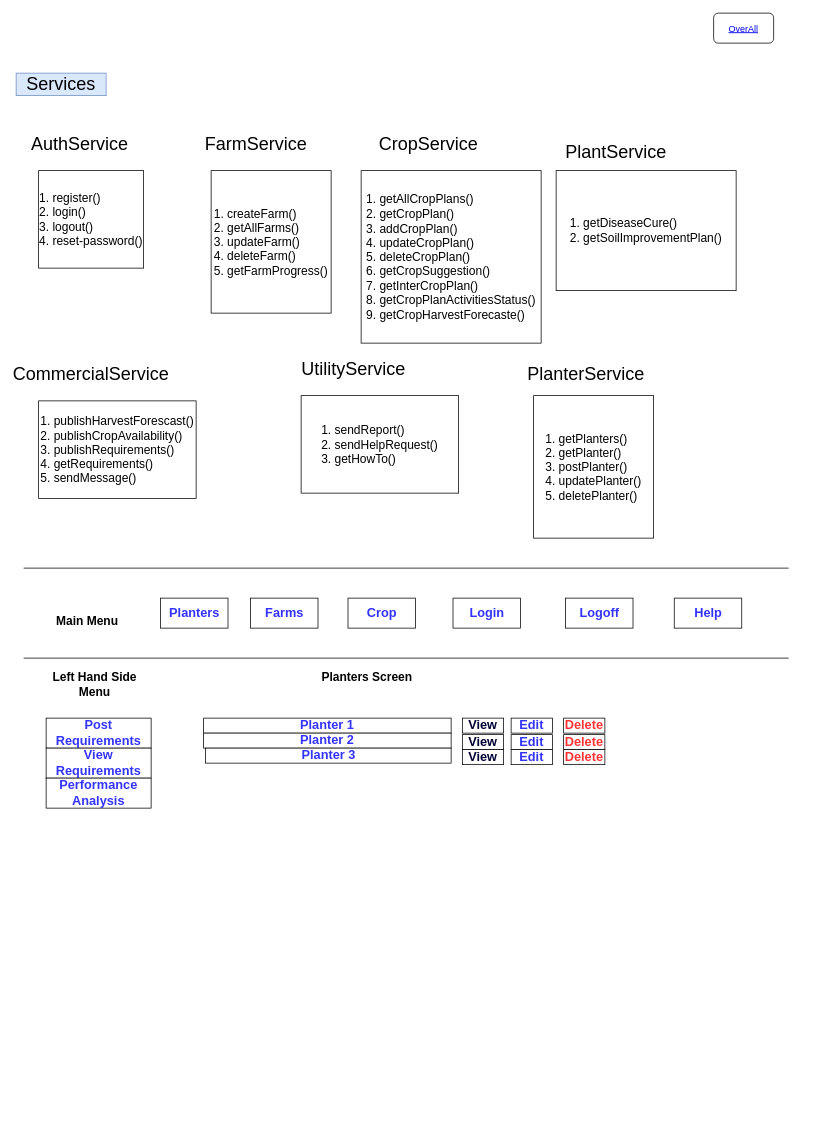
Before: page "FMS-Frontend" (9 of 15) of Agroconnect.drawio in ramprasad2018/agconnect, a draw.io diagram. Source tidied: cells renumbered, new cells numbered last; positions are measured from the earlier drawing's top-left corner, leaving out a move shared by most shapes. Both pictures are drawn from the tidied source at 75%, with x=0, y=0 at pixel (16, 13).
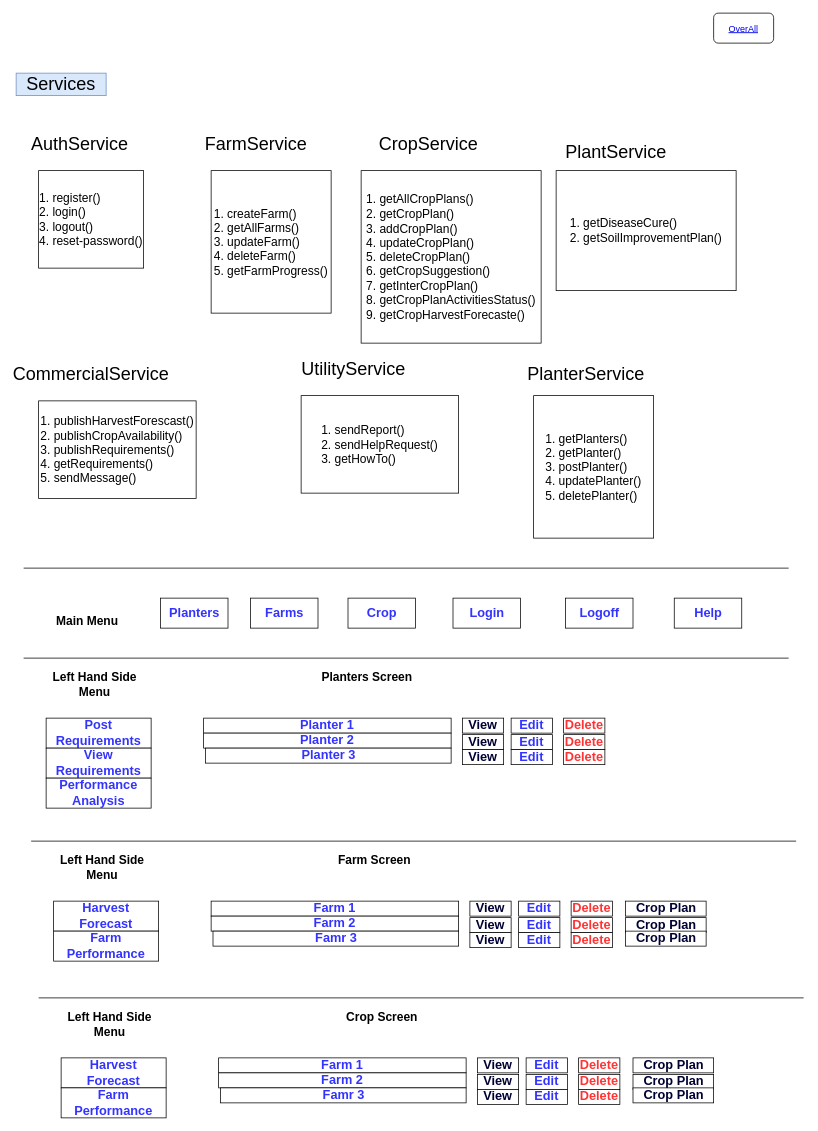
Above is the later version.

What changed in the source:
```diff
@@
+    <mxCell id="44" value="&lt;font style=&quot;font-size: 16px;&quot;&gt;Farm Screen&lt;/font&gt;" style="text;strokeColor=none;align=center;fillColor=none;html=1;verticalAlign=middle;whiteSpace=wrap;rounded=0;fontStyle=1;" parent="1" vertex="1">
+      <mxGeometry x="412.5" y="1114" width="130" height="30" as="geometry" />
+    </mxCell>
+    <mxCell id="45" style="endArrow=none;html=1;rounded=0;" parent="1" edge="1">
+      <mxGeometry relative="1" as="geometry">
+        <mxPoint x="20" y="1104" as="sourcePoint" />
+        <mxPoint x="1040" y="1104" as="targetPoint" />
+      </mxGeometry>
+    </mxCell>
+    <mxCell id="46" value="&lt;font color=&quot;#3333ff&quot;&gt;&lt;span style=&quot;font-size: 17px;&quot;&gt;&lt;b&gt;Harvest &lt;br&gt;Forecast&lt;/b&gt;&lt;/span&gt;&lt;/font&gt;" style="rounded=0;whiteSpace=wrap;html=1;" parent="1" vertex="1">
+      <mxGeometry x="50" y="1184" width="140" height="40" as="geometry" />
+    </mxCell>
+    <mxCell id="47" value="&lt;b&gt;&lt;font color=&quot;#3333ff&quot; style=&quot;font-size: 17px;&quot;&gt;Farm Performance&lt;/font&gt;&lt;/b&gt;" style="rounded=0;whiteSpace=wrap;html=1;" parent="1" vertex="1">
+      <mxGeometry x="50" y="1224" width="140" height="40" as="geometry" />
+    </mxCell>
+    <mxCell id="48" value="&lt;b&gt;&lt;font color=&quot;#3333ff&quot; style=&quot;font-size: 17px;&quot;&gt;Farm 1&lt;/font&gt;&lt;/b&gt;" style="rounded=0;whiteSpace=wrap;html=1;" parent="1" vertex="1">
+      <mxGeometry x="260" y="1184" width="330" height="20" as="geometry" />
+    </mxCell>
+    <mxCell id="49" value="&lt;b&gt;&lt;font color=&quot;#3333ff&quot; style=&quot;font-size: 17px;&quot;&gt;Farm 2&lt;/font&gt;&lt;/b&gt;" style="rounded=0;whiteSpace=wrap;html=1;" parent="1" vertex="1">
+      <mxGeometry x="260" y="1204" width="330" height="20" as="geometry" />
+    </mxCell>
+    <mxCell id="50" value="&lt;b&gt;&lt;font color=&quot;#3333ff&quot; style=&quot;font-size: 17px;&quot;&gt;Famr 3&lt;/font&gt;&lt;/b&gt;" style="rounded=0;whiteSpace=wrap;html=1;" parent="1" vertex="1">
+      <mxGeometry x="262.5" y="1224" width="327.5" height="20" as="geometry" />
+    </mxCell>
+    <mxCell id="51" value="&lt;span style=&quot;font-size: 17px;&quot;&gt;&lt;b style=&quot;&quot;&gt;&lt;font color=&quot;#000033&quot;&gt;View&lt;/font&gt;&lt;/b&gt;&lt;/span&gt;" style="rounded=0;whiteSpace=wrap;html=1;" parent="1" vertex="1">
+      <mxGeometry x="605" y="1184" width="55" height="20" as="geometry" />
+    </mxCell>
+    <mxCell id="52" value="&lt;font color=&quot;#3333ff&quot;&gt;&lt;span style=&quot;font-size: 17px;&quot;&gt;&lt;b&gt;Edit&lt;/b&gt;&lt;/span&gt;&lt;/font&gt;" style="rounded=0;whiteSpace=wrap;html=1;" parent="1" vertex="1">
+      <mxGeometry x="670" y="1184" width="55" height="20" as="geometry" />
+    </mxCell>
+    <mxCell id="53" value="&lt;span style=&quot;font-size: 17px;&quot;&gt;&lt;b style=&quot;&quot;&gt;&lt;font color=&quot;#ff3333&quot;&gt;Delete&lt;/font&gt;&lt;/b&gt;&lt;/span&gt;" style="rounded=0;whiteSpace=wrap;html=1;" parent="1" vertex="1">
+      <mxGeometry x="740" y="1184" width="55" height="20" as="geometry" />
+    </mxCell>
+    <mxCell id="54" value="&lt;span style=&quot;font-size: 17px;&quot;&gt;&lt;b style=&quot;&quot;&gt;&lt;font color=&quot;#000033&quot;&gt;View&lt;/font&gt;&lt;/b&gt;&lt;/span&gt;" style="rounded=0;whiteSpace=wrap;html=1;" parent="1" vertex="1">
+      <mxGeometry x="605" y="1206" width="55" height="20" as="geometry" />
+    </mxCell>
+    <mxCell id="55" value="&lt;font color=&quot;#3333ff&quot;&gt;&lt;span style=&quot;font-size: 17px;&quot;&gt;&lt;b&gt;Edit&lt;/b&gt;&lt;/span&gt;&lt;/font&gt;" style="rounded=0;whiteSpace=wrap;html=1;" parent="1" vertex="1">
+      <mxGeometry x="670" y="1206" width="55" height="20" as="geometry" />
+    </mxCell>
+    <mxCell id="56" value="&lt;span style=&quot;font-size: 17px;&quot;&gt;&lt;b style=&quot;&quot;&gt;&lt;font color=&quot;#ff3333&quot;&gt;Delete&lt;/font&gt;&lt;/b&gt;&lt;/span&gt;" style="rounded=0;whiteSpace=wrap;html=1;" parent="1" vertex="1">
+      <mxGeometry x="740" y="1206" width="55" height="20" as="geometry" />
+    </mxCell>
+    <mxCell id="57" value="&lt;span style=&quot;font-size: 17px;&quot;&gt;&lt;b style=&quot;&quot;&gt;&lt;font color=&quot;#000033&quot;&gt;View&lt;/font&gt;&lt;/b&gt;&lt;/span&gt;" style="rounded=0;whiteSpace=wrap;html=1;" parent="1" vertex="1">
+      <mxGeometry x="605" y="1226" width="55" height="20" as="geometry" />
+    </mxCell>
+    <mxCell id="58" value="&lt;font color=&quot;#3333ff&quot;&gt;&lt;span style=&quot;font-size: 17px;&quot;&gt;&lt;b&gt;Edit&lt;/b&gt;&lt;/span&gt;&lt;/font&gt;" style="rounded=0;whiteSpace=wrap;html=1;" parent="1" vertex="1">
+      <mxGeometry x="670" y="1226" width="55" height="20" as="geometry" />
+    </mxCell>
+    <mxCell id="59" value="&lt;span style=&quot;font-size: 17px;&quot;&gt;&lt;b style=&quot;&quot;&gt;&lt;font color=&quot;#ff3333&quot;&gt;Delete&lt;/font&gt;&lt;/b&gt;&lt;/span&gt;" style="rounded=0;whiteSpace=wrap;html=1;" parent="1" vertex="1">
+      <mxGeometry x="740" y="1226" width="55" height="20" as="geometry" />
+    </mxCell>
+    <mxCell id="60" value="&lt;font style=&quot;font-size: 16px;&quot;&gt;Left Hand Side Menu&lt;/font&gt;" style="text;strokeColor=none;align=center;fillColor=none;html=1;verticalAlign=middle;whiteSpace=wrap;rounded=0;fontStyle=1;" parent="1" vertex="1">
+      <mxGeometry x="50" y="1124" width="130" height="30" as="geometry" />
+    </mxCell>
+    <mxCell id="61" value="&lt;span style=&quot;font-size: 17px;&quot;&gt;&lt;b style=&quot;&quot;&gt;&lt;font color=&quot;#000033&quot;&gt;Crop Plan&lt;/font&gt;&lt;/b&gt;&lt;/span&gt;" style="rounded=0;whiteSpace=wrap;html=1;" parent="1" vertex="1">
+      <mxGeometry x="812.5" y="1184" width="107.5" height="20" as="geometry" />
+    </mxCell>
+    <mxCell id="62" value="&lt;span style=&quot;font-size: 17px;&quot;&gt;&lt;b style=&quot;&quot;&gt;&lt;font color=&quot;#000033&quot;&gt;Crop Plan&lt;/font&gt;&lt;/b&gt;&lt;/span&gt;" style="rounded=0;whiteSpace=wrap;html=1;" parent="1" vertex="1">
+      <mxGeometry x="812.5" y="1206" width="107.5" height="20" as="geometry" />
+    </mxCell>
+    <mxCell id="63" value="&lt;span style=&quot;font-size: 17px;&quot;&gt;&lt;b style=&quot;&quot;&gt;&lt;font color=&quot;#000033&quot;&gt;Crop Plan&lt;/font&gt;&lt;/b&gt;&lt;/span&gt;" style="rounded=0;whiteSpace=wrap;html=1;" parent="1" vertex="1">
+      <mxGeometry x="812.5" y="1224" width="107.5" height="20" as="geometry" />
+    </mxCell>
+    <mxCell id="64" value="&lt;font style=&quot;font-size: 16px;&quot;&gt;Crop Screen&lt;/font&gt;" style="text;strokeColor=none;align=center;fillColor=none;html=1;verticalAlign=middle;whiteSpace=wrap;rounded=0;fontStyle=1;" parent="1" vertex="1">
+      <mxGeometry x="422.5" y="1323" width="130" height="30" as="geometry" />
+    </mxCell>
+    <mxCell id="65" style="endArrow=none;html=1;rounded=0;" parent="1" edge="1">
+      <mxGeometry relative="1" as="geometry">
+        <mxPoint x="30" y="1313" as="sourcePoint" />
+        <mxPoint x="1050" y="1313" as="targetPoint" />
+      </mxGeometry>
+    </mxCell>
+    <mxCell id="66" value="&lt;font color=&quot;#3333ff&quot;&gt;&lt;span style=&quot;font-size: 17px;&quot;&gt;&lt;b&gt;Harvest &lt;br&gt;Forecast&lt;/b&gt;&lt;/span&gt;&lt;/font&gt;" style="rounded=0;whiteSpace=wrap;html=1;" parent="1" vertex="1">
+      <mxGeometry x="60" y="1393" width="140" height="40" as="geometry" />
+    </mxCell>
+    <mxCell id="67" value="&lt;b&gt;&lt;font color=&quot;#3333ff&quot; style=&quot;font-size: 17px;&quot;&gt;Farm Performance&lt;/font&gt;&lt;/b&gt;" style="rounded=0;whiteSpace=wrap;html=1;" parent="1" vertex="1">
+      <mxGeometry x="60" y="1433" width="140" height="40" as="geometry" />
+    </mxCell>
+    <mxCell id="68" value="&lt;b&gt;&lt;font color=&quot;#3333ff&quot; style=&quot;font-size: 17px;&quot;&gt;Farm 1&lt;/font&gt;&lt;/b&gt;" style="rounded=0;whiteSpace=wrap;html=1;" parent="1" vertex="1">
+      <mxGeometry x="270" y="1393" width="330" height="20" as="geometry" />
+    </mxCell>
+    <mxCell id="69" value="&lt;b&gt;&lt;font color=&quot;#3333ff&quot; style=&quot;font-size: 17px;&quot;&gt;Farm 2&lt;/font&gt;&lt;/b&gt;" style="rounded=0;whiteSpace=wrap;html=1;" parent="1" vertex="1">
+      <mxGeometry x="270" y="1413" width="330" height="20" as="geometry" />
+    </mxCell>
+    <mxCell id="70" value="&lt;b&gt;&lt;font color=&quot;#3333ff&quot; style=&quot;font-size: 17px;&quot;&gt;Famr 3&lt;/font&gt;&lt;/b&gt;" style="rounded=0;whiteSpace=wrap;html=1;" parent="1" vertex="1">
+      <mxGeometry x="272.5" y="1433" width="327.5" height="20" as="geometry" />
+    </mxCell>
+    <mxCell id="71" value="&lt;span style=&quot;font-size: 17px;&quot;&gt;&lt;b style=&quot;&quot;&gt;&lt;font color=&quot;#000033&quot;&gt;View&lt;/font&gt;&lt;/b&gt;&lt;/span&gt;" style="rounded=0;whiteSpace=wrap;html=1;" parent="1" vertex="1">
+      <mxGeometry x="615" y="1393" width="55" height="20" as="geometry" />
+    </mxCell>
+    <mxCell id="72" value="&lt;font color=&quot;#3333ff&quot;&gt;&lt;span style=&quot;font-size: 17px;&quot;&gt;&lt;b&gt;Edit&lt;/b&gt;&lt;/span&gt;&lt;/font&gt;" style="rounded=0;whiteSpace=wrap;html=1;" parent="1" vertex="1">
+      <mxGeometry x="680" y="1393" width="55" height="20" as="geometry" />
+    </mxCell>
+    <mxCell id="73" value="&lt;span style=&quot;font-size: 17px;&quot;&gt;&lt;b style=&quot;&quot;&gt;&lt;font color=&quot;#ff3333&quot;&gt;Delete&lt;/font&gt;&lt;/b&gt;&lt;/span&gt;" style="rounded=0;whiteSpace=wrap;html=1;" parent="1" vertex="1">
+      <mxGeometry x="750" y="1393" width="55" height="20" as="geometry" />
+    </mxCell>
+    <mxCell id="74" value="&lt;span style=&quot;font-size: 17px;&quot;&gt;&lt;b style=&quot;&quot;&gt;&lt;font color=&quot;#000033&quot;&gt;View&lt;/font&gt;&lt;/b&gt;&lt;/span&gt;" style="rounded=0;whiteSpace=wrap;html=1;" parent="1" vertex="1">
+      <mxGeometry x="615" y="1415" width="55" height="20" as="geometry" />
+    </mxCell>
+    <mxCell id="75" value="&lt;font color=&quot;#3333ff&quot;&gt;&lt;span style=&quot;font-size: 17px;&quot;&gt;&lt;b&gt;Edit&lt;/b&gt;&lt;/span&gt;&lt;/font&gt;" style="rounded=0;whiteSpace=wrap;html=1;" parent="1" vertex="1">
+      <mxGeometry x="680" y="1415" width="55" height="20" as="geometry" />
+    </mxCell>
+    <mxCell id="76" value="&lt;span style=&quot;font-size: 17px;&quot;&gt;&lt;b style=&quot;&quot;&gt;&lt;font color=&quot;#ff3333&quot;&gt;Delete&lt;/font&gt;&lt;/b&gt;&lt;/span&gt;" style="rounded=0;whiteSpace=wrap;html=1;" parent="1" vertex="1">
+      <mxGeometry x="750" y="1415" width="55" height="20" as="geometry" />
+    </mxCell>
+    <mxCell id="77" value="&lt;span style=&quot;font-size: 17px;&quot;&gt;&lt;b style=&quot;&quot;&gt;&lt;font color=&quot;#000033&quot;&gt;View&lt;/font&gt;&lt;/b&gt;&lt;/span&gt;" style="rounded=0;whiteSpace=wrap;html=1;" parent="1" vertex="1">
+      <mxGeometry x="615" y="1435" width="55" height="20" as="geometry" />
+    </mxCell>
+    <mxCell id="78" value="&lt;font color=&quot;#3333ff&quot;&gt;&lt;span style=&quot;font-size: 17px;&quot;&gt;&lt;b&gt;Edit&lt;/b&gt;&lt;/span&gt;&lt;/font&gt;" style="rounded=0;whiteSpace=wrap;html=1;" parent="1" vertex="1">
+      <mxGeometry x="680" y="1435" width="55" height="20" as="geometry" />
+    </mxCell>
+    <mxCell id="79" value="&lt;span style=&quot;font-size: 17px;&quot;&gt;&lt;b style=&quot;&quot;&gt;&lt;font color=&quot;#ff3333&quot;&gt;Delete&lt;/font&gt;&lt;/b&gt;&lt;/span&gt;" style="rounded=0;whiteSpace=wrap;html=1;" parent="1" vertex="1">
+      <mxGeometry x="750" y="1435" width="55" height="20" as="geometry" />
+    </mxCell>
+    <mxCell id="80" value="&lt;font style=&quot;font-size: 16px;&quot;&gt;Left Hand Side Menu&lt;/font&gt;" style="text;strokeColor=none;align=center;fillColor=none;html=1;verticalAlign=middle;whiteSpace=wrap;rounded=0;fontStyle=1;" parent="1" vertex="1">
+      <mxGeometry x="60" y="1333" width="130" height="30" as="geometry" />
+    </mxCell>
+    <mxCell id="81" value="&lt;span style=&quot;font-size: 17px;&quot;&gt;&lt;b style=&quot;&quot;&gt;&lt;font color=&quot;#000033&quot;&gt;Crop Plan&lt;/font&gt;&lt;/b&gt;&lt;/span&gt;" style="rounded=0;whiteSpace=wrap;html=1;" parent="1" vertex="1">
+      <mxGeometry x="822.5" y="1393" width="107.5" height="20" as="geometry" />
+    </mxCell>
+    <mxCell id="82" value="&lt;span style=&quot;font-size: 17px;&quot;&gt;&lt;b style=&quot;&quot;&gt;&lt;font color=&quot;#000033&quot;&gt;Crop Plan&lt;/font&gt;&lt;/b&gt;&lt;/span&gt;" style="rounded=0;whiteSpace=wrap;html=1;" parent="1" vertex="1">
+      <mxGeometry x="822.5" y="1415" width="107.5" height="20" as="geometry" />
+    </mxCell>
+    <mxCell id="83" value="&lt;span style=&quot;font-size: 17px;&quot;&gt;&lt;b style=&quot;&quot;&gt;&lt;font color=&quot;#000033&quot;&gt;Crop Plan&lt;/font&gt;&lt;/b&gt;&lt;/span&gt;" style="rounded=0;whiteSpace=wrap;html=1;" parent="1" vertex="1">
+      <mxGeometry x="822.5" y="1433" width="107.5" height="20" as="geometry" />
+    </mxCell>
```
